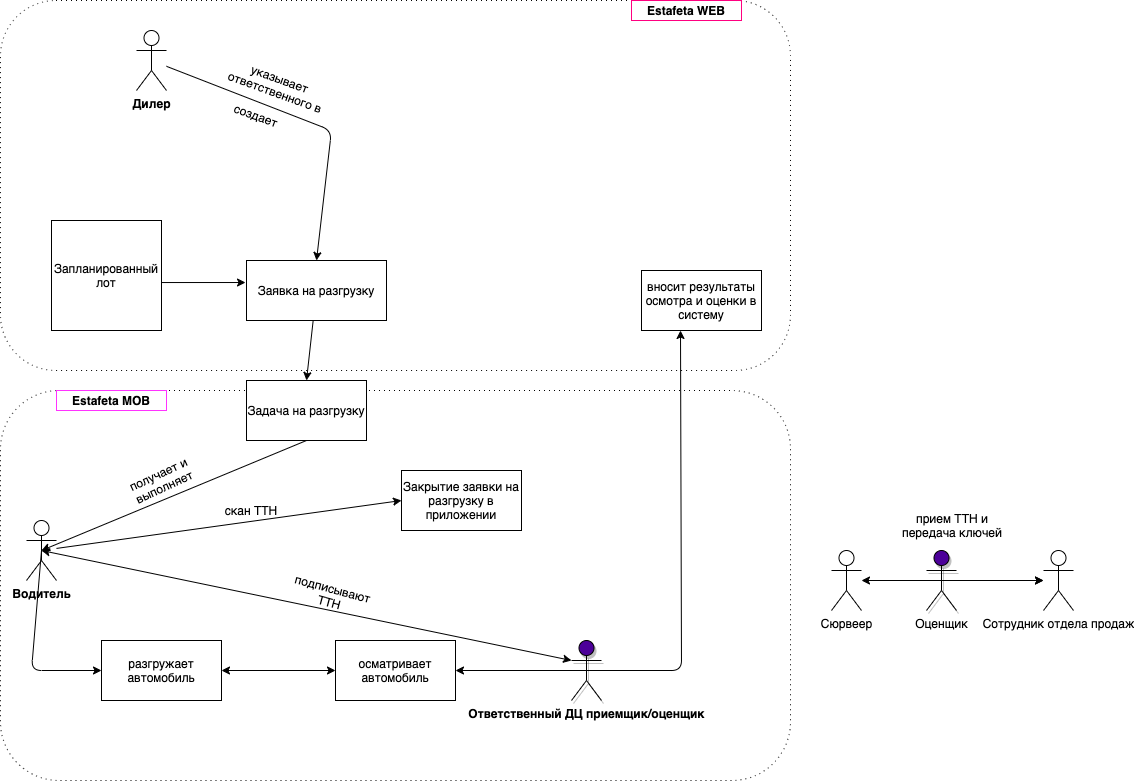
Earlier version of the draw.io export verification bp.png (annastazi02/diagrams). Source tidied: cells renumbered, new cells last; positions are measured from the earlier drawing's top-left corner, leaving out a move shared by most shapes.
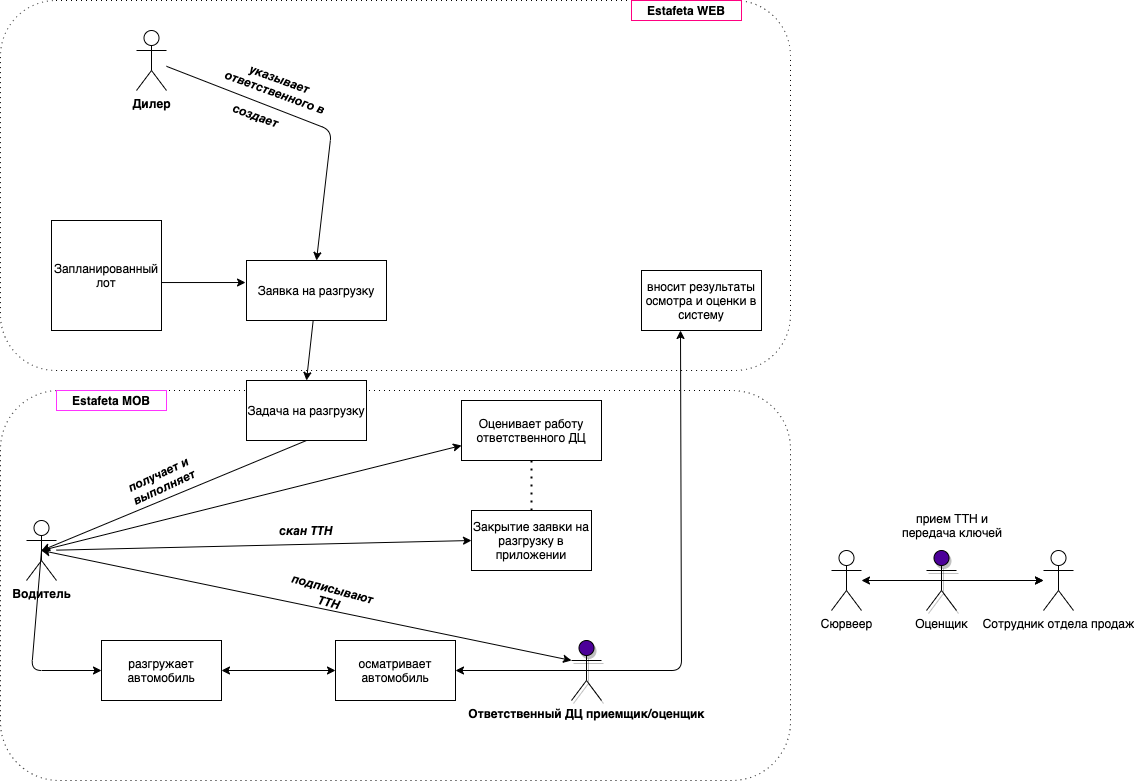
The same file after the commit.

The edit, as a diff of the source:
```diff
@@ -36,23 +36,23 @@
     <mxCell id="11" style="endArrow=classic;html=1;entryX=-0.007;entryY=0.367;entryDx=0;entryDy=0;entryPerimeter=0;exitX=1;exitY=0.564;exitDx=0;exitDy=0;exitPerimeter=0;" parent="1" edge="1" source="5" target="6">
       <mxGeometry relative="1" as="geometry" />
     </mxCell>
-    <mxCell id="12" value="создает" style="text;html=1;strokeColor=none;fillColor=none;align=center;verticalAlign=middle;whiteSpace=wrap;rounded=0;rotation=20;" parent="1" vertex="1">
+    <mxCell id="12" value="&lt;i&gt;&lt;b&gt;создает&lt;/b&gt;&lt;/i&gt;" style="text;html=1;strokeColor=none;fillColor=none;align=center;verticalAlign=middle;whiteSpace=wrap;rounded=0;rotation=20;" parent="1" vertex="1">
       <mxGeometry x="231" y="100" width="50" height="30" as="geometry" />
     </mxCell>
-    <mxCell id="13" value="получает и выполняет" style="text;html=1;strokeColor=none;fillColor=none;align=center;verticalAlign=middle;whiteSpace=wrap;rounded=0;rotation=-25;" parent="1" vertex="1">
+    <mxCell id="13" value="&lt;i&gt;&lt;b&gt;получает и выполняет&lt;/b&gt;&lt;/i&gt;" style="text;html=1;strokeColor=none;fillColor=none;align=center;verticalAlign=middle;whiteSpace=wrap;rounded=0;rotation=-25;" parent="1" vertex="1">
       <mxGeometry x="111" y="470" width="100" height="20" as="geometry" />
     </mxCell>
     <mxCell id="14" style="endArrow=classic;html=1;entryX=0.5;entryY=0.5;entryDx=0;entryDy=0;entryPerimeter=0;exitX=0.5;exitY=1;exitDx=0;exitDy=0;" parent="1" edge="1" source="33" target="7">
       <mxGeometry relative="1" as="geometry" />
     </mxCell>
     <mxCell id="15" value="Закрытие заявки на разгрузку в приложении" style="rounded=0;whiteSpace=wrap;html=1;" parent="1" vertex="1">
-      <mxGeometry x="401" y="470" width="120" height="60" as="geometry" />
+      <mxGeometry x="471" y="510" width="120" height="60" as="geometry" />
     </mxCell>
     <mxCell id="16" style="endArrow=classic;html=1;entryX=0;entryY=0.5;entryDx=0;entryDy=0;" parent="1" edge="1" source="7" target="15">
       <mxGeometry relative="1" as="geometry" />
     </mxCell>
-    <mxCell id="17" value="скан ТТН" style="text;html=1;strokeColor=none;fillColor=none;align=center;verticalAlign=middle;whiteSpace=wrap;rounded=0;rotation=0;" parent="1" vertex="1">
-      <mxGeometry x="211" y="500" width="80" height="20" as="geometry" />
+    <mxCell id="17" value="&lt;i&gt;&lt;b&gt;скан ТТН&lt;/b&gt;&lt;/i&gt;" style="text;html=1;strokeColor=none;fillColor=none;align=center;verticalAlign=middle;whiteSpace=wrap;rounded=0;rotation=0;" parent="1" vertex="1">
+      <mxGeometry x="266" y="520" width="80" height="20" as="geometry" />
     </mxCell>
     <mxCell id="18" value="осматривает автомобиль" style="rounded=0;whiteSpace=wrap;html=1;" parent="1" vertex="1">
       <mxGeometry x="335" y="640" width="120" height="60" as="geometry" />
@@ -70,10 +70,10 @@
         </Array>
       </mxGeometry>
     </mxCell>
-    <mxCell id="22" value="подписывают ТТН" style="text;html=1;strokeColor=none;fillColor=none;align=center;verticalAlign=middle;whiteSpace=wrap;rounded=0;rotation=15;" parent="1" vertex="1">
+    <mxCell id="22" value="&lt;i&gt;&lt;b&gt;подписывают ТТН&lt;/b&gt;&lt;/i&gt;" style="text;html=1;strokeColor=none;fillColor=none;align=center;verticalAlign=middle;whiteSpace=wrap;rounded=0;rotation=15;" parent="1" vertex="1">
       <mxGeometry x="311" y="560" width="40" height="70" as="geometry" />
     </mxCell>
-    <mxCell id="23" value="указывает ответственного в" style="text;html=1;strokeColor=none;fillColor=none;align=center;verticalAlign=middle;whiteSpace=wrap;rounded=0;rotation=20;" parent="1" vertex="1">
+    <mxCell id="23" value="&lt;i&gt;&lt;b&gt;указывает ответственного в&lt;/b&gt;&lt;/i&gt;" style="text;html=1;strokeColor=none;fillColor=none;align=center;verticalAlign=middle;whiteSpace=wrap;rounded=0;rotation=20;" parent="1" vertex="1">
       <mxGeometry x="220" y="60" width="115" height="50" as="geometry" />
     </mxCell>
     <mxCell id="24" value="прием ТТН и передача ключей" style="text;html=1;strokeColor=none;fillColor=none;align=center;verticalAlign=middle;whiteSpace=wrap;rounded=0;" parent="1" vertex="1">
@@ -122,5 +122,14 @@
     <mxCell id="37" style="endArrow=classic;startArrow=classic;html=1;exitX=1;exitY=0.5;exitDx=0;exitDy=0;entryX=0;entryY=0.5;entryDx=0;entryDy=0;" parent="1" edge="1" source="19" target="18">
       <mxGeometry relative="1" as="geometry" />
     </mxCell>
+    <mxCell id="38" value="Оценивает работу ответственного ДЦ" style="rounded=0;whiteSpace=wrap;html=1;" parent="1" vertex="1">
+      <mxGeometry x="461" y="400" width="140" height="60" as="geometry" />
+    </mxCell>
+    <mxCell id="39" style="endArrow=classic;html=1;exitX=0.5;exitY=0.5;exitDx=0;exitDy=0;exitPerimeter=0;entryX=0;entryY=0.75;entryDx=0;entryDy=0;" parent="1" edge="1" source="7" target="38">
+      <mxGeometry relative="1" as="geometry" />
+    </mxCell>
+    <mxCell id="40" style="endArrow=none;dashed=1;html=1;dashPattern=1 3;strokeWidth=2;exitX=0.5;exitY=0;exitDx=0;exitDy=0;" parent="1" edge="1" source="15" target="38">
+      <mxGeometry relative="1" as="geometry" />
+    </mxCell>
   </root>
 </mxGraphModel>
```
